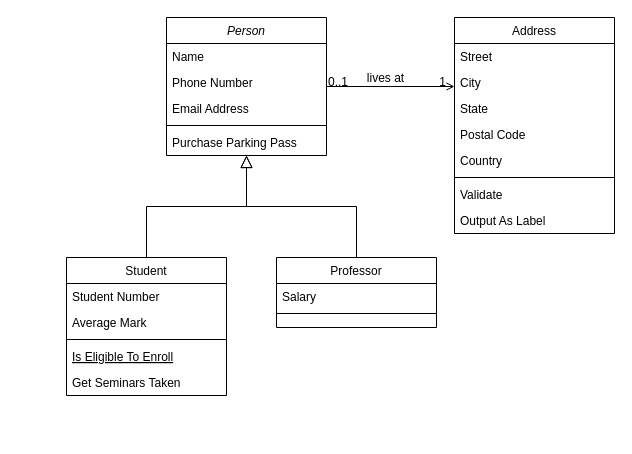
This is Untitled Diagram.drawio from Fitahsoufian/Projet-Fin-d-tudes, a draw.io file, before an edit. Source tidied: cells renumbered, new cells numbered last; positions are measured from the earlier drawing's top-left corner, leaving out a move shared by most shapes. Both pictures are drawn from the tidied source at 100%, with x=0, y=0 at pixel (66, 17).
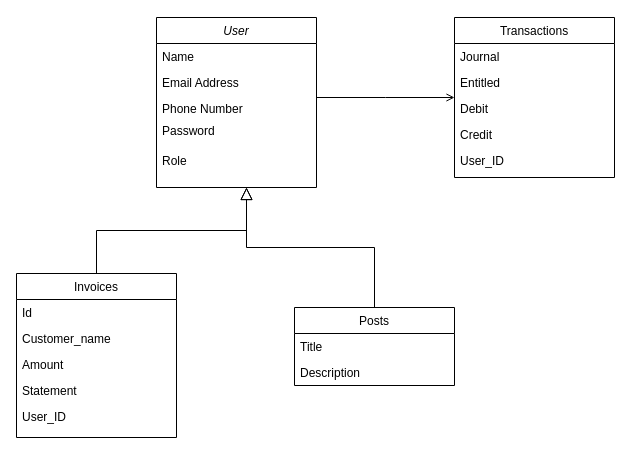
After the change.

Unchanged cells that the change refers to:
```xml
<mxCell id="28" style="endArrow=open;shadow=0;strokeWidth=1;rounded=0;endFill=1;edgeStyle=elbowEdgeStyle;elbow=vertical;" parent="1" edge="1" source="2" target="19">
  <mxGeometry x="0.5" y="41" relative="1" as="geometry">
    <mxPoint x="-40" y="32" as="offset" />
  </mxGeometry>
</mxCell>
```

The edit, as a diff of the source:
```diff
@@
-    <mxCell id="2" value="Person" style="swimlane;fontStyle=2;align=center;verticalAlign=top;horizontal=1;startSize=26;rounded=0;shadow=0;strokeWidth=1;" parent="1" vertex="1">
-      <mxGeometry x="100" width="160" height="138" as="geometry" />
+    <mxCell id="2" value="User" style="swimlane;fontStyle=2;align=center;verticalAlign=top;horizontal=1;startSize=26;rounded=0;shadow=0;strokeWidth=1;" parent="1" vertex="1">
+      <mxGeometry x="90" width="160" height="170" as="geometry" />
     </mxCell>
@@
+    <mxCell id="5" value="Email Address" style="text;align=left;verticalAlign=top;spacingLeft=4;spacingRight=4;overflow=hidden;rounded=0;shadow=0;html=0;" parent="2" vertex="1">
+      <mxGeometry y="52" width="160" height="26" as="geometry" />
+    </mxCell>
     <mxCell id="4" value="Phone Number" style="text;align=left;verticalAlign=top;spacingLeft=4;spacingRight=4;overflow=hidden;rounded=0;shadow=0;html=0;" parent="2" vertex="1">
-      <mxGeometry y="52" width="160" height="26" as="geometry" />
+      <mxGeometry y="78" width="160" height="22" as="geometry" />
     </mxCell>
-    <mxCell id="5" value="Email Address" style="text;align=left;verticalAlign=top;spacingLeft=4;spacingRight=4;overflow=hidden;rounded=0;shadow=0;html=0;" parent="2" vertex="1">
-      <mxGeometry y="78" width="160" height="26" as="geometry" />
-    </mxCell>
-    <mxCell id="6" style="line;html=1;strokeWidth=1;align=left;verticalAlign=middle;spacingTop=-1;spacingLeft=3;spacingRight=3;labelPosition=right;" parent="2" vertex="1">
-      <mxGeometry y="104" width="160" height="8" as="geometry" />
-    </mxCell>
-    <mxCell id="7" value="Purchase Parking Pass" style="text;align=left;verticalAlign=top;spacingLeft=4;spacingRight=4;overflow=hidden;" parent="2" vertex="1">
-      <mxGeometry y="112" width="160" height="26" as="geometry" />
-    </mxCell>
+    <mxCell id="32" value="Password" style="text;align=left;verticalAlign=top;spacingLeft=4;spacingRight=4;overflow=hidden;rounded=0;shadow=0;html=0;" parent="2" vertex="1">
+      <mxGeometry y="100" width="160" height="30" as="geometry" />
+    </mxCell>
+    <mxCell id="33" value="Role" style="text;align=left;verticalAlign=top;spacingLeft=4;spacingRight=4;overflow=hidden;rounded=0;shadow=0;html=0;" parent="2" vertex="1">
+      <mxGeometry y="130" width="160" height="40" as="geometry" />
+    </mxCell>
-    <mxCell id="8" value="Student" style="swimlane;fontStyle=0;align=center;verticalAlign=top;horizontal=1;startSize=26;rounded=0;shadow=0;strokeWidth=1;" parent="1" vertex="1">
-      <mxGeometry y="240" width="160" height="138" as="geometry" />
+    <mxCell id="8" value="Invoices" style="swimlane;fontStyle=0;align=center;verticalAlign=top;horizontal=1;startSize=26;rounded=0;shadow=0;strokeWidth=1;" parent="1" vertex="1">
+      <mxGeometry x="-50" y="256" width="160" height="164" as="geometry" />
     </mxCell>
-    <mxCell id="9" value="Student Number" style="text;align=left;verticalAlign=top;spacingLeft=4;spacingRight=4;overflow=hidden;" parent="8" vertex="1">
+    <mxCell id="9" value="Id" style="text;align=left;verticalAlign=top;spacingLeft=4;spacingRight=4;overflow=hidden;" parent="8" vertex="1">
       <mxGeometry y="26" width="160" height="26" as="geometry" />
     </mxCell>
-    <mxCell id="10" value="Average Mark" style="text;align=left;verticalAlign=top;spacingLeft=4;spacingRight=4;overflow=hidden;rounded=0;shadow=0;html=0;" parent="8" vertex="1">
+    <mxCell id="10" value="Customer_name" style="text;align=left;verticalAlign=top;spacingLeft=4;spacingRight=4;overflow=hidden;rounded=0;shadow=0;html=0;" parent="8" vertex="1">
       <mxGeometry y="52" width="160" height="26" as="geometry" />
     </mxCell>
-    <mxCell id="11" style="line;html=1;strokeWidth=1;align=left;verticalAlign=middle;spacingTop=-1;spacingLeft=3;spacingRight=3;labelPosition=right;" parent="8" vertex="1">
-      <mxGeometry y="78" width="160" height="8" as="geometry" />
-    </mxCell>
-    <mxCell id="12" value="Is Eligible To Enroll" style="text;align=left;verticalAlign=top;spacingLeft=4;spacingRight=4;overflow=hidden;fontStyle=4;" parent="8" vertex="1">
-      <mxGeometry y="86" width="160" height="26" as="geometry" />
-    </mxCell>
-    <mxCell id="13" value="Get Seminars Taken" style="text;align=left;verticalAlign=top;spacingLeft=4;spacingRight=4;overflow=hidden;" parent="8" vertex="1">
-      <mxGeometry y="112" width="160" height="26" as="geometry" />
-    </mxCell>
+    <mxCell id="34" value="Amount" style="text;align=left;verticalAlign=top;spacingLeft=4;spacingRight=4;overflow=hidden;rounded=0;shadow=0;html=0;" parent="8" vertex="1">
+      <mxGeometry y="78" width="160" height="26" as="geometry" />
+    </mxCell>
+    <mxCell id="35" value="Statement" style="text;align=left;verticalAlign=top;spacingLeft=4;spacingRight=4;overflow=hidden;rounded=0;shadow=0;html=0;" parent="8" vertex="1">
+      <mxGeometry y="104" width="160" height="26" as="geometry" />
+    </mxCell>
+    <mxCell id="36" value="User_ID" style="text;align=left;verticalAlign=top;spacingLeft=4;spacingRight=4;overflow=hidden;rounded=0;shadow=0;html=0;" parent="8" vertex="1">
+      <mxGeometry y="130" width="160" height="20" as="geometry" />
+    </mxCell>
-    <mxCell id="14" style="endArrow=block;endSize=10;endFill=0;shadow=0;strokeWidth=1;rounded=0;edgeStyle=elbowEdgeStyle;elbow=vertical;" parent="1" edge="1" source="8" target="2">
-      <mxGeometry relative="1" as="geometry" />
+    <mxCell id="14" style="endArrow=block;endSize=10;endFill=0;shadow=0;strokeWidth=1;rounded=0;edgeStyle=elbowEdgeStyle;elbow=vertical;" parent="1" edge="1" source="8">
+      <mxGeometry relative="1" as="geometry">
+        <mxPoint x="180" y="170" as="targetPoint" />
+      </mxGeometry>
     </mxCell>
-    <mxCell id="15" value="Professor" style="swimlane;fontStyle=0;align=center;verticalAlign=top;horizontal=1;startSize=26;rounded=0;shadow=0;strokeWidth=1;" parent="1" vertex="1">
-      <mxGeometry x="210" y="240" width="160" height="70" as="geometry" />
+    <mxCell id="15" value="Posts" style="swimlane;fontStyle=0;align=center;verticalAlign=top;horizontal=1;startSize=26;rounded=0;shadow=0;strokeWidth=1;" parent="1" vertex="1">
+      <mxGeometry x="228" y="290" width="160" height="78" as="geometry" />
     </mxCell>
-    <mxCell id="16" value="Salary" style="text;align=left;verticalAlign=top;spacingLeft=4;spacingRight=4;overflow=hidden;" parent="15" vertex="1">
+    <mxCell id="16" value="Title" style="text;align=left;verticalAlign=top;spacingLeft=4;spacingRight=4;overflow=hidden;" parent="15" vertex="1">
       <mxGeometry y="26" width="160" height="26" as="geometry" />
     </mxCell>
-    <mxCell id="17" style="line;html=1;strokeWidth=1;align=left;verticalAlign=middle;spacingTop=-1;spacingLeft=3;spacingRight=3;labelPosition=right;" parent="15" vertex="1">
-      <mxGeometry y="52" width="160" height="8" as="geometry" />
-    </mxCell>
+    <mxCell id="37" value="Description" style="text;align=left;verticalAlign=top;spacingLeft=4;spacingRight=4;overflow=hidden;" parent="15" vertex="1">
+      <mxGeometry y="52" width="160" height="26" as="geometry" />
+    </mxCell>
-    <mxCell id="18" style="endArrow=block;endSize=10;endFill=0;shadow=0;strokeWidth=1;rounded=0;edgeStyle=elbowEdgeStyle;elbow=vertical;" parent="1" edge="1" source="15" target="2">
-      <mxGeometry relative="1" as="geometry" />
+    <mxCell id="18" style="endArrow=block;endSize=10;endFill=0;shadow=0;strokeWidth=1;rounded=0;edgeStyle=elbowEdgeStyle;elbow=vertical;" parent="1" edge="1" source="15">
+      <mxGeometry relative="1" as="geometry">
+        <mxPoint x="180" y="170" as="targetPoint" />
+      </mxGeometry>
     </mxCell>
-    <mxCell id="19" value="Address" style="swimlane;fontStyle=0;align=center;verticalAlign=top;horizontal=1;startSize=26;rounded=0;shadow=0;strokeWidth=1;" parent="1" vertex="1">
-      <mxGeometry x="388" width="160" height="216" as="geometry" />
+    <mxCell id="19" value="Transactions" style="swimlane;fontStyle=0;align=center;verticalAlign=top;horizontal=1;startSize=26;rounded=0;shadow=0;strokeWidth=1;" parent="1" vertex="1">
+      <mxGeometry x="388" width="160" height="160" as="geometry" />
     </mxCell>
-    <mxCell id="20" value="Street" style="text;align=left;verticalAlign=top;spacingLeft=4;spacingRight=4;overflow=hidden;" parent="19" vertex="1">
+    <mxCell id="20" value="Journal" style="text;align=left;verticalAlign=top;spacingLeft=4;spacingRight=4;overflow=hidden;" parent="19" vertex="1">
       <mxGeometry y="26" width="160" height="26" as="geometry" />
     </mxCell>
-    <mxCell id="21" value="City" style="text;align=left;verticalAlign=top;spacingLeft=4;spacingRight=4;overflow=hidden;rounded=0;shadow=0;html=0;" parent="19" vertex="1">
+    <mxCell id="21" value="Entitled" style="text;align=left;verticalAlign=top;spacingLeft=4;spacingRight=4;overflow=hidden;rounded=0;shadow=0;html=0;" parent="19" vertex="1">
       <mxGeometry y="52" width="160" height="26" as="geometry" />
     </mxCell>
-    <mxCell id="22" value="State" style="text;align=left;verticalAlign=top;spacingLeft=4;spacingRight=4;overflow=hidden;rounded=0;shadow=0;html=0;" parent="19" vertex="1">
+    <mxCell id="22" value="Debit" style="text;align=left;verticalAlign=top;spacingLeft=4;spacingRight=4;overflow=hidden;rounded=0;shadow=0;html=0;" parent="19" vertex="1">
       <mxGeometry y="78" width="160" height="26" as="geometry" />
     </mxCell>
-    <mxCell id="23" value="Postal Code" style="text;align=left;verticalAlign=top;spacingLeft=4;spacingRight=4;overflow=hidden;rounded=0;shadow=0;html=0;" parent="19" vertex="1">
+    <mxCell id="23" value="Credit" style="text;align=left;verticalAlign=top;spacingLeft=4;spacingRight=4;overflow=hidden;rounded=0;shadow=0;html=0;" parent="19" vertex="1">
       <mxGeometry y="104" width="160" height="26" as="geometry" />
     </mxCell>
-    <mxCell id="24" value="Country" style="text;align=left;verticalAlign=top;spacingLeft=4;spacingRight=4;overflow=hidden;rounded=0;shadow=0;html=0;" parent="19" vertex="1">
+    <mxCell id="24" value="User_ID" style="text;align=left;verticalAlign=top;spacingLeft=4;spacingRight=4;overflow=hidden;rounded=0;shadow=0;html=0;" parent="19" vertex="1">
       <mxGeometry y="130" width="160" height="26" as="geometry" />
     </mxCell>
-    <mxCell id="25" style="line;html=1;strokeWidth=1;align=left;verticalAlign=middle;spacingTop=-1;spacingLeft=3;spacingRight=3;labelPosition=right;" parent="19" vertex="1">
-      <mxGeometry y="156" width="160" height="8" as="geometry" />
-    </mxCell>
-    <mxCell id="26" value="Validate" style="text;align=left;verticalAlign=top;spacingLeft=4;spacingRight=4;overflow=hidden;" parent="19" vertex="1">
-      <mxGeometry y="164" width="160" height="26" as="geometry" />
-    </mxCell>
-    <mxCell id="27" value="Output As Label" style="text;align=left;verticalAlign=top;spacingLeft=4;spacingRight=4;overflow=hidden;" parent="19" vertex="1">
-      <mxGeometry y="190" width="160" height="26" as="geometry" />
-    </mxCell>
@@
-    <mxCell id="29" value="0..1" style="align=left;verticalAlign=bottom;labelBackgroundColor=none;fontSize=12;" parent="28" vertex="1">
-      <mxGeometry x="-1" relative="1" as="geometry">
-        <mxPoint y="4" as="offset" />
-      </mxGeometry>
-    </mxCell>
-    <mxCell id="30" value="1" style="align=right;verticalAlign=bottom;labelBackgroundColor=none;fontSize=12;" parent="28" vertex="1">
-      <mxGeometry x="1" relative="1" as="geometry">
-        <mxPoint x="-7" y="4" as="offset" />
-      </mxGeometry>
-    </mxCell>
-    <mxCell id="31" value="lives at" style="text;html=1;align=center;verticalAlign=middle;labelBackgroundColor=none;rounded=0;shadow=0;strokeWidth=1;fontSize=12;" parent="28" vertex="1">
-      <mxGeometry x="0.5" y="49" relative="1" as="geometry">
-        <mxPoint x="-38" y="40" as="offset" />
-      </mxGeometry>
-    </mxCell>
```
